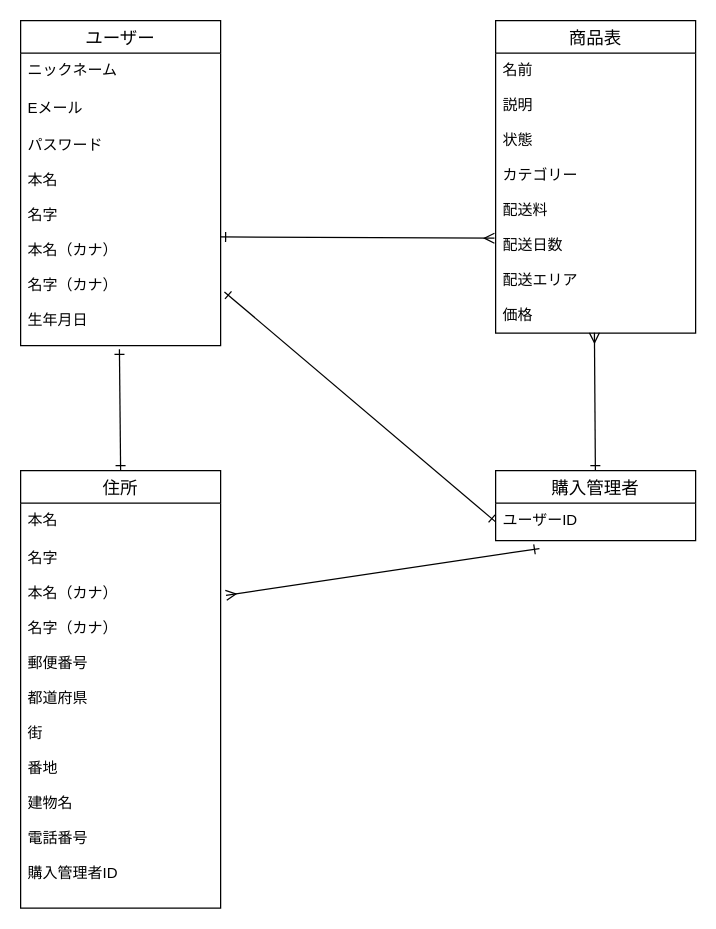
This is test.dio from kyumaoyama/furima-38343, a draw.io file, before an edit. Source tidied: cells renumbered, new cells numbered last; positions are measured from the earlier drawing's top-left corner, leaving out a move shared by most shapes. Both pictures are drawn from the tidied source at 125%, with x=0, y=0 at pixel (20, 20).
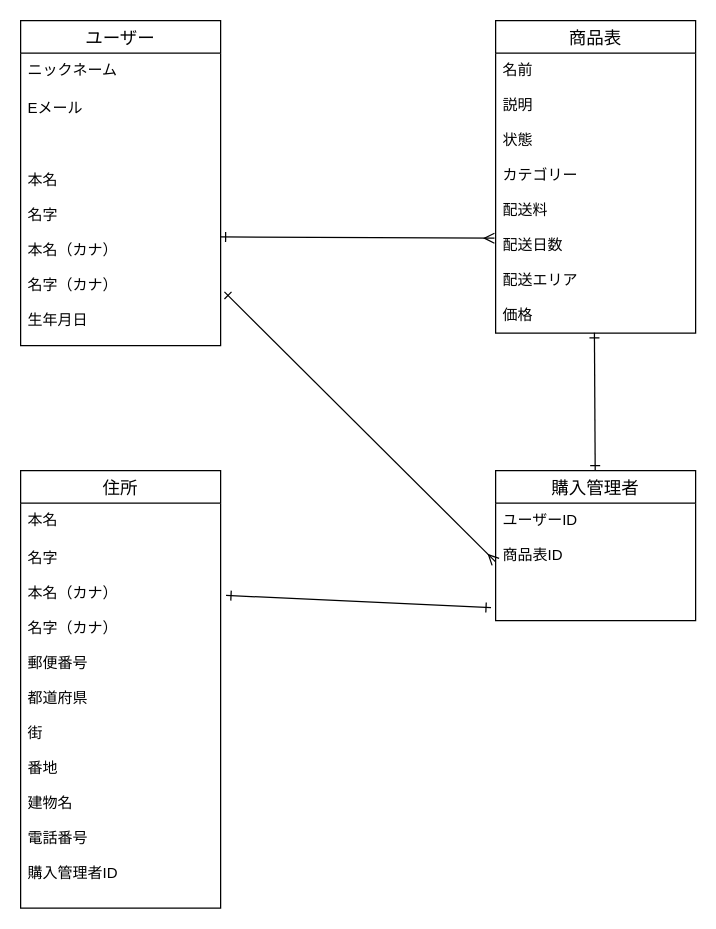
The same diagram, later.

Commit message (it also covers changes not shown here):
DB設計修正２回目

What changed in the source:
```diff
@@
 <mxGraphModel>
   <root>
     <mxCell id="0" />
     <mxCell id="1" parent="0" />
     <mxCell id="2" value="ユーザー" style="swimlane;fontStyle=0;horizontal=1;startSize=26;align=center;fontSize=14;" parent="1" vertex="1">
       <mxGeometry width="160" height="260" as="geometry" />
     </mxCell>
     <mxCell id="3" value="ニックネーム    " style="text;strokeColor=none;fillColor=none;spacingLeft=4;spacingRight=4;overflow=hidden;fontSize=12;" parent="2" vertex="1">
       <mxGeometry y="26" width="160" height="30" as="geometry" />
     </mxCell>
     <mxCell id="4" value="Eメール" style="text;strokeColor=none;fillColor=none;spacingLeft=4;spacingRight=4;overflow=hidden;fontSize=12;" parent="2" vertex="1">
       <mxGeometry y="56" width="160" height="30" as="geometry" />
     </mxCell>
-    <mxCell id="5" value="パスワード&#10;&#10;本名&#10;&#10;名字&#10;&#10;本名（カナ）&#10;&#10;名字（カナ）&#10;&#10;生年月日&#10;&#10;&#10;&#10;&#10;&#10;&#10;&#10;" style="text;strokeColor=none;fillColor=none;spacingLeft=4;spacingRight=4;overflow=hidden;points=[[0,0.5],[1,0.5]];portConstraint=eastwest;fontSize=12;" parent="2" vertex="1">
+    <mxCell id="5" value="&#10;&#10;本名&#10;&#10;名字&#10;&#10;本名（カナ）&#10;&#10;名字（カナ）&#10;&#10;生年月日&#10;&#10;&#10;&#10;&#10;&#10;&#10;&#10;" style="text;strokeColor=none;fillColor=none;spacingLeft=4;spacingRight=4;overflow=hidden;points=[[0,0.5],[1,0.5]];portConstraint=eastwest;fontSize=12;" parent="2" vertex="1">
       <mxGeometry y="86" width="160" height="174" as="geometry" />
     </mxCell>
     <mxCell id="6" value="商品表" style="swimlane;fontStyle=0;horizontal=1;startSize=26;align=center;fontSize=14;" parent="1" vertex="1">
       <mxGeometry x="380" width="160" height="250" as="geometry" />
     </mxCell>
     <mxCell id="7" value="名前&#10;&#10;説明&#10;&#10;状態&#10;&#10;カテゴリー&#10;&#10;配送料&#10;&#10;配送日数&#10;&#10;配送エリア&#10;&#10;価格&#10;&#10;ユーザーID&#10;&#10;&#10;&#10;" style="text;strokeColor=none;fillColor=none;spacingLeft=4;spacingRight=4;overflow=hidden;points=[[0,0.5],[1,0.5]];portConstraint=eastwest;fontSize=12;" parent="6" vertex="1">
       <mxGeometry y="26" width="160" height="224" as="geometry" />
     </mxCell>
-    <mxCell id="8" style="edgeStyle=none;html=1;exitX=0.5;exitY=0;exitDx=0;exitDy=0;entryX=0.494;entryY=1.017;entryDx=0;entryDy=0;entryPerimeter=0;startArrow=ERone;startFill=0;endArrow=ERone;endFill=0;endSize=6;" parent="1" edge="1" source="9" target="5">
-      <mxGeometry relative="1" as="geometry" />
-    </mxCell>
     <mxCell id="9" value="住所" style="swimlane;fontStyle=0;horizontal=1;startSize=26;align=center;fontSize=14;" parent="1" vertex="1">
       <mxGeometry y="360" width="160" height="350" as="geometry" />
     </mxCell>
     <mxCell id="10" value="本名&#10;&#10;" style="text;strokeColor=none;fillColor=none;spacingLeft=4;spacingRight=4;overflow=hidden;fontSize=12;" parent="9" vertex="1">
       <mxGeometry y="26" width="160" height="30" as="geometry" />
     </mxCell>
     <mxCell id="11" value="名字&#10;&#10;本名（カナ）&#10;&#10;名字（カナ）&#10;&#10;郵便番号&#10;&#10;都道府県&#10;&#10;街&#10;&#10;番地&#10;&#10;建物名&#10;&#10;電話番号&#10;&#10;購入管理者ID&#10;&#10;&#10;&#10;&#10;&#10;&#10;&#10;&#10;" style="text;strokeColor=none;fillColor=none;spacingLeft=4;spacingRight=4;overflow=hidden;points=[[0,0.5],[1,0.5]];portConstraint=eastwest;fontSize=12;" parent="9" vertex="1">
       <mxGeometry y="56" width="160" height="294" as="geometry" />
     </mxCell>
-    <mxCell id="12" style="edgeStyle=none;html=1;entryX=0.494;entryY=0.999;entryDx=0;entryDy=0;entryPerimeter=0;startArrow=ERone;startFill=0;endArrow=ERmany;endFill=0;endSize=6;" parent="1" edge="1" source="13" target="7">
+    <mxCell id="12" style="edgeStyle=none;html=1;entryX=0.494;entryY=0.999;entryDx=0;entryDy=0;entryPerimeter=0;startArrow=ERone;startFill=0;endArrow=ERone;endFill=0;endSize=6;" parent="1" edge="1" source="13" target="7">
       <mxGeometry relative="1" as="geometry" />
     </mxCell>
     <mxCell id="13" value="購入管理者" style="swimlane;fontStyle=0;horizontal=1;startSize=26;align=center;fontSize=14;" parent="1" vertex="1">
-      <mxGeometry x="380" y="360" width="160" height="56" as="geometry" />
+      <mxGeometry x="380" y="360" width="160" height="120" as="geometry" />
     </mxCell>
-    <mxCell id="14" value="ユーザーID" style="text;strokeColor=none;fillColor=none;spacingLeft=4;spacingRight=4;overflow=hidden;points=[[0,0.5],[1,0.5]];portConstraint=eastwest;fontSize=12;" parent="13" vertex="1">
-      <mxGeometry y="26" width="160" height="30" as="geometry" />
+    <mxCell id="14" value="ユーザーID&#10;&#10;商品表ID&#10;&#10;" style="text;strokeColor=none;fillColor=none;spacingLeft=4;spacingRight=4;overflow=hidden;points=[[0,0.5],[1,0.5]];portConstraint=eastwest;fontSize=12;" parent="13" vertex="1">
+      <mxGeometry y="26" width="160" height="94" as="geometry" />
     </mxCell>
     <mxCell id="15" style="edgeStyle=none;html=1;exitX=1;exitY=0.5;exitDx=0;exitDy=0;entryX=-0.006;entryY=0.661;entryDx=0;entryDy=0;entryPerimeter=0;endSize=6;endArrow=ERmany;endFill=0;startArrow=ERone;startFill=0;" parent="1" edge="1" source="5" target="7">
       <mxGeometry relative="1" as="geometry" />
     </mxCell>
-    <mxCell id="16" style="edgeStyle=none;html=1;exitX=0;exitY=0.5;exitDx=0;exitDy=0;entryX=1.019;entryY=0.753;entryDx=0;entryDy=0;entryPerimeter=0;startArrow=ERone;startFill=0;endArrow=ERone;endFill=0;endSize=6;" parent="1" edge="1" source="14" target="5">
+    <mxCell id="16" style="edgeStyle=none;html=1;exitX=0;exitY=0.5;exitDx=0;exitDy=0;entryX=1.019;entryY=0.753;entryDx=0;entryDy=0;entryPerimeter=0;startArrow=ERmany;startFill=0;endArrow=ERone;endFill=0;endSize=6;" parent="1" edge="1" source="14" target="5">
       <mxGeometry relative="1" as="geometry" />
     </mxCell>
-    <mxCell id="17" style="edgeStyle=none;html=1;entryX=1.027;entryY=0.149;entryDx=0;entryDy=0;entryPerimeter=0;startArrow=ERone;startFill=0;endArrow=ERmany;endFill=0;endSize=6;exitX=0.219;exitY=1.211;exitDx=0;exitDy=0;exitPerimeter=0;" parent="1" edge="1" source="14" target="11">
+    <mxCell id="17" style="edgeStyle=none;html=1;entryX=1.027;entryY=0.149;entryDx=0;entryDy=0;entryPerimeter=0;startArrow=ERone;startFill=0;endArrow=ERone;endFill=0;endSize=6;exitX=-0.023;exitY=0.89;exitDx=0;exitDy=0;exitPerimeter=0;" parent="1" edge="1" source="14" target="11">
       <mxGeometry relative="1" as="geometry" />
     </mxCell>
   </root>
 </mxGraphModel>
```
